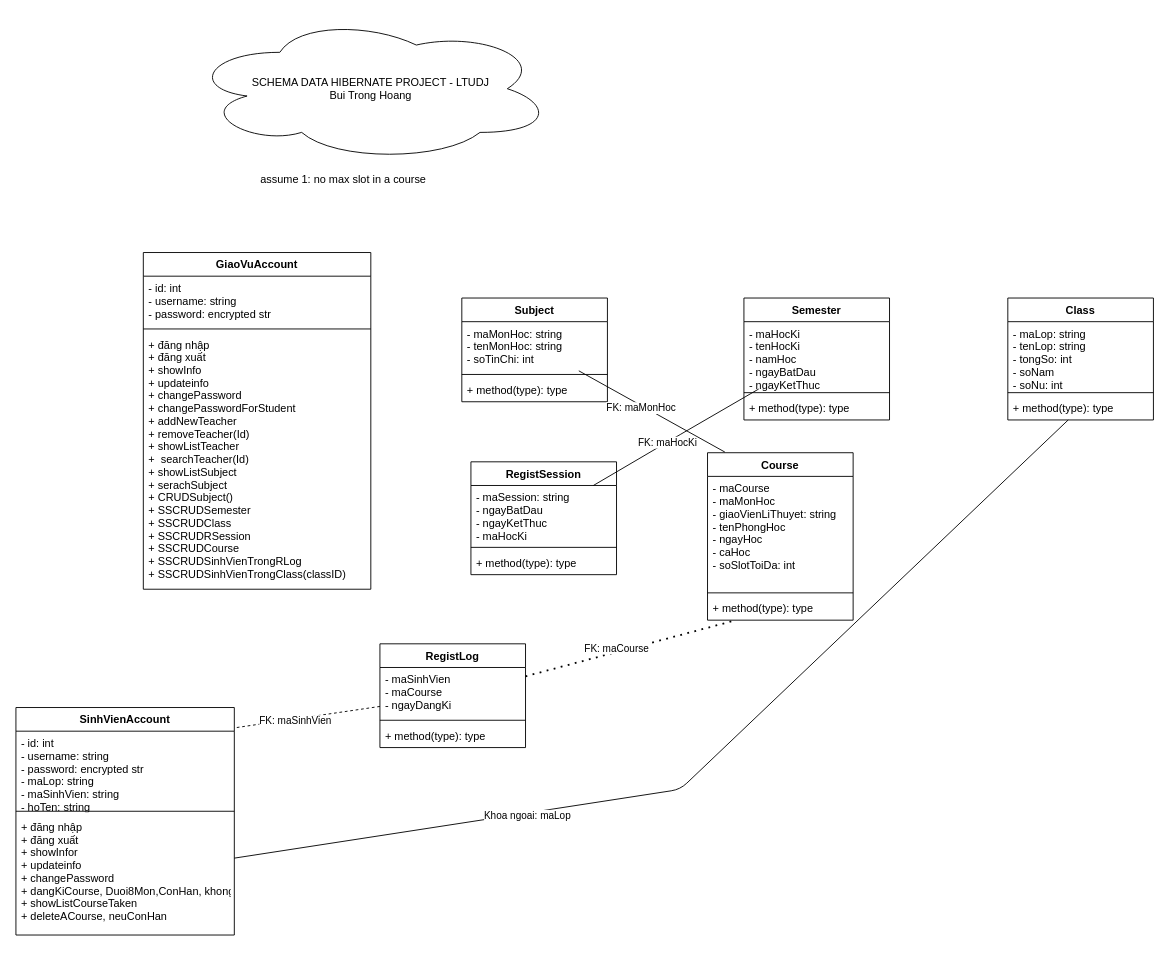
Before: data/DataSchema.drawio in TrongHoang21/LTUDJava-DoAnHibernate, a draw.io diagram. Source tidied: cells renumbered, new cells numbered last; positions are measured from the earlier drawing's top-left corner, leaving out a move shared by most shapes. Both pictures are drawn from the tidied source at 91%, with x=0, y=0 at pixel (15, 15).
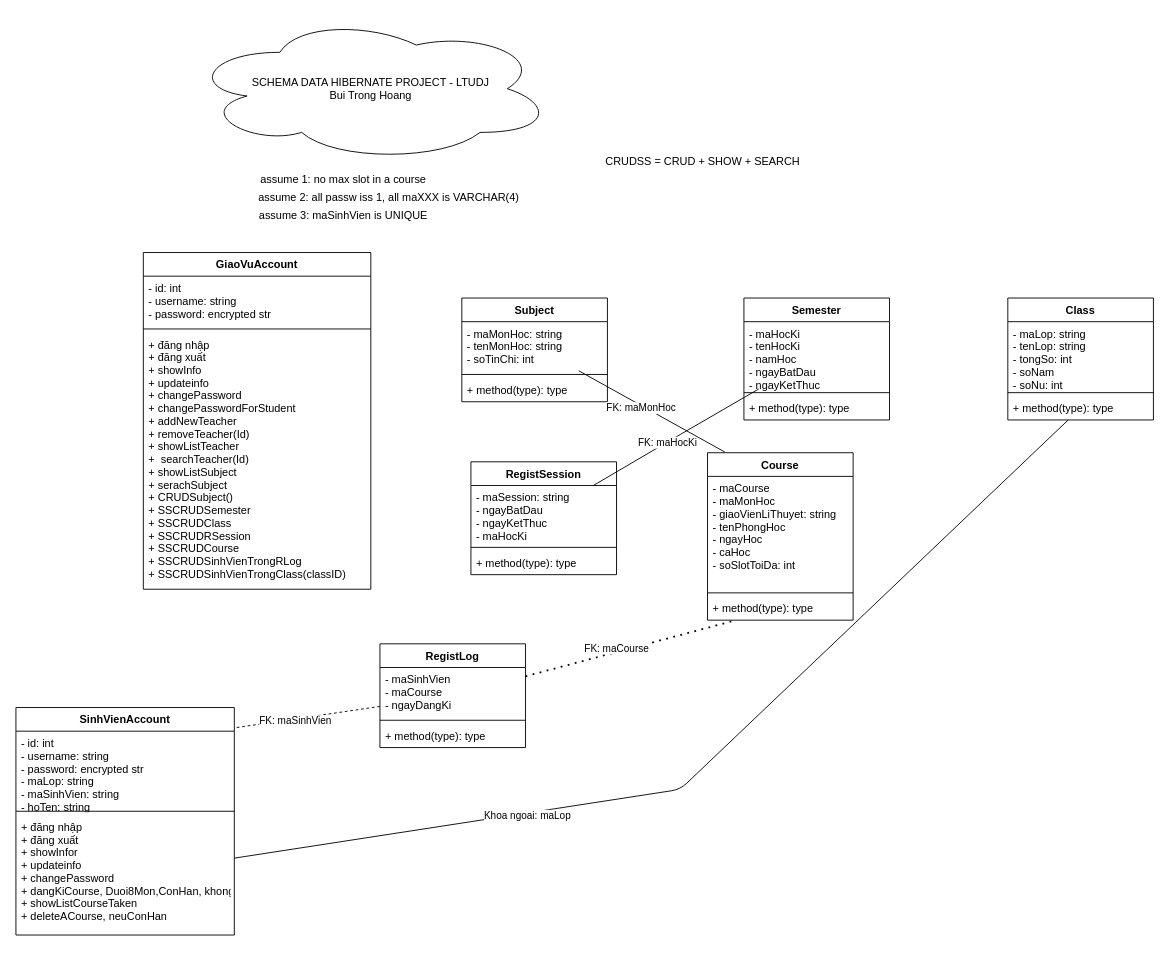
The same page after the edit.

Commit message (it also covers changes not shown here):
finish database schema, move on to POJOs

Change to the diagram source:
```diff
@@
+    <mxCell id="46" value="assume 2: all passw iss 1, all maXXX is VARCHAR(4)" style="text;html=1;strokeColor=none;fillColor=none;align=center;verticalAlign=middle;whiteSpace=wrap;rounded=0;" parent="1" vertex="1">
+      <mxGeometry x="250" y="190" width="320" height="20" as="geometry" />
+    </mxCell>
+    <mxCell id="47" value="CRUDSS = CRUD + SHOW + SEARCH" style="text;html=1;strokeColor=none;fillColor=none;align=center;verticalAlign=middle;whiteSpace=wrap;rounded=0;" parent="1" vertex="1">
+      <mxGeometry x="640" y="150" width="230" height="20" as="geometry" />
+    </mxCell>
+    <mxCell id="48" value="assume 3: maSinhVien is UNIQUE" style="text;html=1;strokeColor=none;fillColor=none;align=center;verticalAlign=middle;whiteSpace=wrap;rounded=0;" parent="1" vertex="1">
+      <mxGeometry x="220" y="210" width="280" height="20" as="geometry" />
+    </mxCell>
```
